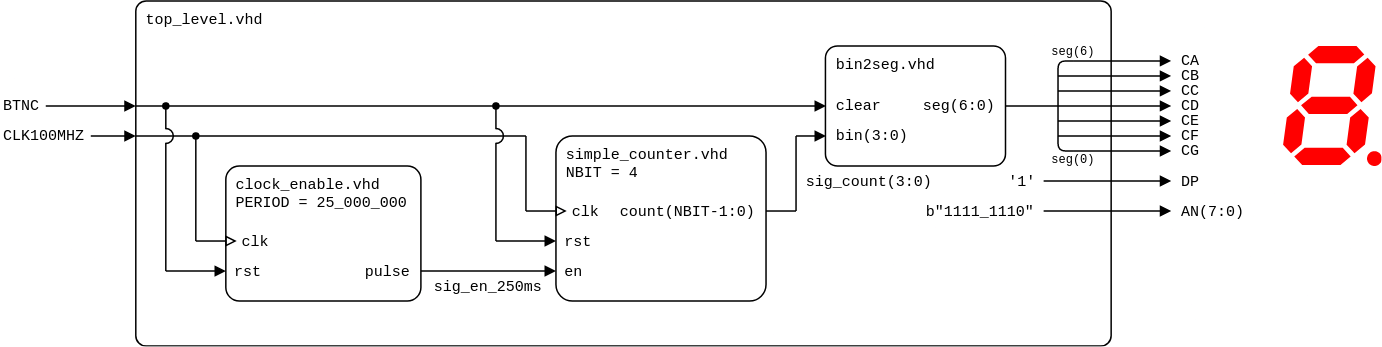
tomas-fryza/vhdl-course keeps this draw.io diagram as lab5-counter/images/top-level_1-counter_structure.png. Above is the earlier version. Source tidied: cells renumbered, new cells last; positions are measured from the earlier drawing's top-left corner, leaving out a move shared by most shapes.
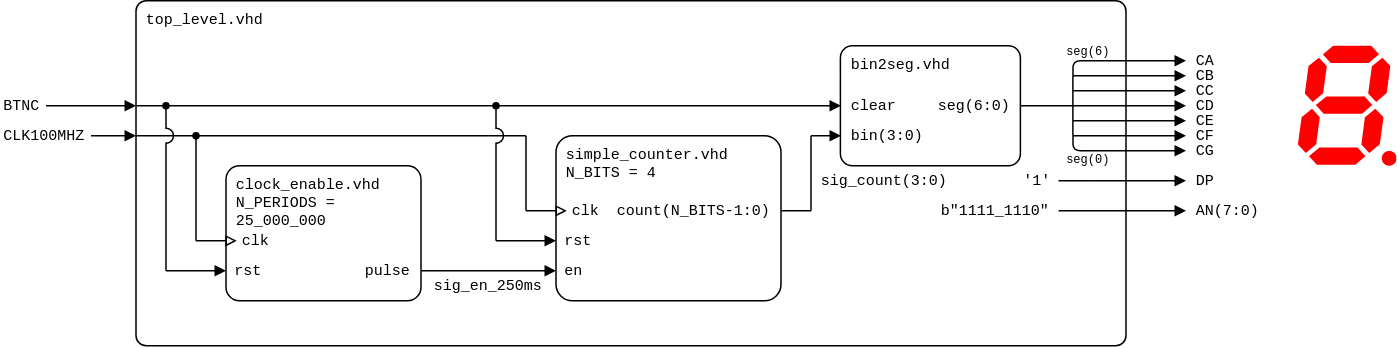
The same diagram one commit later.

The edit, as a diff of the source:
```diff
@@ -3,11 +3,11 @@
     <mxCell id="0" />
     <mxCell id="1" parent="0" />
     <mxCell id="2" value="top_level.vhd" style="rounded=1;arcSize=3;whiteSpace=wrap;html=1;align=left;verticalAlign=top;fontFamily=Courier New;absoluteArcSize=0;fillColor=none;fontSize=10;spacingLeft=5;imageHeight=24;" parent="1" vertex="1">
-      <mxGeometry x="90" width="650" height="230" as="geometry" />
+      <mxGeometry x="80" width="660" height="230" as="geometry" />
     </mxCell>
     <mxCell id="3" style="endArrow=block;html=1;rounded=0;endFill=1;endSize=5;startSize=5;" parent="1" edge="1">
       <mxGeometry relative="1" as="geometry">
-        <mxPoint x="90" y="70" as="sourcePoint" />
+        <mxPoint x="80" y="70" as="sourcePoint" />
         <mxPoint x="550" y="70" as="targetPoint" />
       </mxGeometry>
     </mxCell>
@@ -19,20 +19,20 @@
     </mxCell>
     <mxCell id="5" style="endArrow=block;html=1;rounded=0;endFill=1;endSize=5;startSize=5;" parent="1" edge="1">
       <mxGeometry relative="1" as="geometry">
-        <mxPoint x="30" y="70" as="sourcePoint" />
-        <mxPoint x="90" y="70" as="targetPoint" />
+        <mxPoint x="20" y="70" as="sourcePoint" />
+        <mxPoint x="80" y="70" as="targetPoint" />
       </mxGeometry>
     </mxCell>
     <mxCell id="6" value="BTNC" style="text;html=1;align=left;verticalAlign=middle;whiteSpace=wrap;rounded=0;fontFamily=Courier New;fontSize=10;fillOpacity=100;spacing=2;spacingLeft=0;" parent="1" vertex="1">
-      <mxGeometry x="-0.4" y="60" width="40" height="20" as="geometry" />
+      <mxGeometry x="-10.4" y="60" width="40" height="20" as="geometry" />
     </mxCell>
     <mxCell id="7" value="sig_count(3:0)" style="text;html=1;align=left;verticalAlign=middle;whiteSpace=wrap;rounded=0;fontFamily=Courier New;fontSize=10;fillOpacity=100;spacing=2;spacingLeft=0;" parent="1" vertex="1">
       <mxGeometry x="535" y="115" width="120" height="10" as="geometry" />
     </mxCell>
     <mxCell id="8" style="endArrow=none;html=1;rounded=0;startArrow=none;startFill=0;endSize=4;startSize=4;" parent="1" edge="1">
       <mxGeometry relative="1" as="geometry">
-        <mxPoint x="350" y="140" as="sourcePoint" />
-        <mxPoint x="350" y="90" as="targetPoint" />
+        <mxPoint x="340" y="140" as="sourcePoint" />
+        <mxPoint x="340" y="90" as="targetPoint" />
       </mxGeometry>
     </mxCell>
     <mxCell id="9" style="endArrow=block;html=1;rounded=0;endFill=1;orthogonal=1;endSize=5;startSize=5;" parent="1" edge="1">
@@ -52,50 +52,50 @@
     </mxCell>
     <mxCell id="13" style="endArrow=block;html=1;rounded=0;endFill=1;endSize=5;startSize=5;" parent="1" edge="1">
       <mxGeometry relative="1" as="geometry">
-        <mxPoint x="60" y="90" as="sourcePoint" />
-        <mxPoint x="90" y="90" as="targetPoint" />
+        <mxPoint x="50" y="90" as="sourcePoint" />
+        <mxPoint x="80" y="90" as="targetPoint" />
       </mxGeometry>
     </mxCell>
     <mxCell id="14" value="CLK100MHZ" style="text;html=1;align=left;verticalAlign=middle;whiteSpace=wrap;rounded=0;fontFamily=Courier New;fontSize=10;fillOpacity=100;spacing=2;spacingLeft=0;" parent="1" vertex="1">
-      <mxGeometry y="80" width="70" height="20" as="geometry" />
+      <mxGeometry x="-10" y="80" width="70" height="20" as="geometry" />
     </mxCell>
     <mxCell id="15" style="endArrow=none;html=1;rounded=0;startArrow=oval;startFill=1;endSize=4;startSize=4;" parent="1" edge="1">
       <mxGeometry relative="1" as="geometry">
-        <mxPoint x="330" y="70" as="sourcePoint" />
-        <mxPoint x="330" y="85.5" as="targetPoint" />
+        <mxPoint x="320" y="70" as="sourcePoint" />
+        <mxPoint x="320" y="85.5" as="targetPoint" />
       </mxGeometry>
     </mxCell>
-    <mxCell id="16" value="&lt;div&gt;simple_counter.vhd&lt;/div&gt;&lt;div&gt;NBIT = 4&lt;br&gt;&lt;/div&gt;" style="rounded=1;arcSize=10;align=left;verticalAlign=top;fontFamily=Courier New;absoluteArcSize=0;fillColor=none;fixDash=0;fontSize=10;spacingLeft=5;labelBorderColor=none;spacingTop=0;spacing=2;labelBackgroundColor=none;whiteSpace=wrap;html=1;strokeWidth=1;shadow=0;glass=0;" parent="1" vertex="1">
-      <mxGeometry x="370" y="90" width="140" height="110" as="geometry" />
+    <mxCell id="16" value="&lt;div&gt;simple_counter.vhd&lt;/div&gt;&lt;div&gt;N_BITS = 4&lt;br&gt;&lt;/div&gt;" style="rounded=1;arcSize=10;align=left;verticalAlign=top;fontFamily=Courier New;absoluteArcSize=0;fillColor=none;fixDash=0;fontSize=10;spacingLeft=5;labelBorderColor=none;spacingTop=0;spacing=2;labelBackgroundColor=none;whiteSpace=wrap;html=1;strokeWidth=1;shadow=0;glass=0;" parent="1" vertex="1">
+      <mxGeometry x="360" y="90" width="150" height="110" as="geometry" />
     </mxCell>
     <mxCell id="17" value="rst" style="text;html=1;align=left;verticalAlign=middle;whiteSpace=wrap;rounded=0;fontFamily=Courier New;fontSize=10;fillOpacity=100;spacingLeft=5;" parent="1" vertex="1">
-      <mxGeometry x="369.4" y="150" width="30.6" height="20" as="geometry" />
+      <mxGeometry x="359.4" y="150" width="30.6" height="20" as="geometry" />
     </mxCell>
     <mxCell id="18" value="clk" style="text;html=1;align=left;verticalAlign=middle;whiteSpace=wrap;rounded=0;fontFamily=Courier New;fontSize=10;fillOpacity=100;spacing=2;spacingLeft=10;" parent="1" vertex="1">
-      <mxGeometry x="369.4" y="130" width="40.6" height="20" as="geometry" />
+      <mxGeometry x="359.4" y="130" width="40.6" height="20" as="geometry" />
     </mxCell>
     <mxCell id="19" style="endArrow=block;html=1;rounded=0;endFill=1;endSize=5;startSize=5;" parent="1" edge="1">
       <mxGeometry relative="1" as="geometry">
-        <mxPoint x="280" y="180" as="sourcePoint" />
-        <mxPoint x="370" y="180" as="targetPoint" />
+        <mxPoint x="270" y="180" as="sourcePoint" />
+        <mxPoint x="360" y="180" as="targetPoint" />
       </mxGeometry>
     </mxCell>
     <mxCell id="20" style="endArrow=block;html=1;rounded=0;endFill=0;endSize=5;startSize=5;" parent="1" edge="1">
       <mxGeometry relative="1" as="geometry">
-        <mxPoint x="350" y="140" as="sourcePoint" />
-        <mxPoint x="377.2" y="140" as="targetPoint" />
+        <mxPoint x="340" y="140" as="sourcePoint" />
+        <mxPoint x="367.2" y="140" as="targetPoint" />
       </mxGeometry>
     </mxCell>
-    <mxCell id="21" value="count(NBIT-1:0)" style="text;html=1;align=right;verticalAlign=middle;whiteSpace=wrap;rounded=0;fontFamily=Courier New;fontSize=10;fillOpacity=100;spacing=2;spacingRight=5;" parent="1" vertex="1">
+    <mxCell id="21" value="count(N_BITS-1:0)" style="text;html=1;align=right;verticalAlign=middle;whiteSpace=wrap;rounded=0;fontFamily=Courier New;fontSize=10;fillOpacity=100;spacing=2;spacingRight=5;" parent="1" vertex="1">
       <mxGeometry x="400" y="130" width="110" height="20" as="geometry" />
     </mxCell>
     <mxCell id="22" value="en" style="text;html=1;align=left;verticalAlign=middle;whiteSpace=wrap;rounded=0;fontFamily=Courier New;fontSize=10;fillOpacity=100;spacingLeft=5;" parent="1" vertex="1">
-      <mxGeometry x="369.4" y="170" width="30.6" height="20" as="geometry" />
+      <mxGeometry x="359.4" y="170" width="30.6" height="20" as="geometry" />
     </mxCell>
     <mxCell id="23" style="endArrow=block;html=1;rounded=0;endFill=1;endSize=5;startSize=5;" parent="1" edge="1">
       <mxGeometry relative="1" as="geometry">
-        <mxPoint x="330" y="160" as="sourcePoint" />
-        <mxPoint x="370" y="160" as="targetPoint" />
+        <mxPoint x="320" y="160" as="sourcePoint" />
+        <mxPoint x="360" y="160" as="targetPoint" />
       </mxGeometry>
     </mxCell>
     <mxCell id="24" style="endArrow=none;html=1;rounded=0;startArrow=none;startFill=0;endSize=4;startSize=4;" parent="1" edge="1">
@@ -222,7 +222,7 @@
       <mxGeometry x="669.6" y="110" width="25" height="20" as="geometry" />
     </mxCell>
     <mxCell id="50" style="verticalLabelPosition=bottom;verticalAlign=top;html=1;shape=mxgraph.basic.arc;startAngle=0.75;endAngle=0.25;rotation=90;" parent="1" vertex="1">
-      <mxGeometry x="325" y="85" width="10" height="10" as="geometry" />
+      <mxGeometry x="315" y="85" width="10" height="10" as="geometry" />
     </mxCell>
     <mxCell id="51" value="&lt;div style=&quot;line-height: 100%; font-size: 8px;&quot;&gt;seg(6)&lt;/div&gt;" style="text;html=1;align=center;verticalAlign=middle;whiteSpace=wrap;rounded=0;fontFamily=Courier New;fontSize=8;fillOpacity=100;spacing=2;spacingRight=0;" parent="1" vertex="1">
       <mxGeometry x="690" y="24" width="50" height="20" as="geometry" />
@@ -232,62 +232,62 @@
     </mxCell>
     <mxCell id="53" style="endArrow=none;html=1;rounded=0;endFill=0;endSize=5;startSize=5;" parent="1" edge="1">
       <mxGeometry relative="1" as="geometry">
-        <mxPoint x="90" y="90" as="sourcePoint" />
-        <mxPoint x="350" y="90" as="targetPoint" />
+        <mxPoint x="80" y="90" as="sourcePoint" />
+        <mxPoint x="340" y="90" as="targetPoint" />
       </mxGeometry>
     </mxCell>
     <mxCell id="54" value="sig_en_250ms" style="text;html=1;align=center;verticalAlign=middle;whiteSpace=wrap;rounded=0;fontFamily=Courier New;fontSize=10;fillOpacity=100;spacing=2;spacingLeft=0;" parent="1" vertex="1">
-      <mxGeometry x="280" y="185" width="90" height="10" as="geometry" />
+      <mxGeometry x="270" y="185" width="90" height="10" as="geometry" />
     </mxCell>
-    <mxCell id="55" value="clock_enable.vhd&lt;div&gt;PERIOD = 25_000_000&lt;br&gt;&lt;/div&gt;" style="rounded=1;arcSize=10;align=left;verticalAlign=top;fontFamily=Courier New;absoluteArcSize=0;fillColor=none;fixDash=0;fontSize=10;spacingLeft=5;labelBorderColor=none;spacingTop=0;spacing=2;labelBackgroundColor=none;whiteSpace=wrap;html=1;strokeWidth=1;shadow=0;glass=0;" parent="1" vertex="1">
-      <mxGeometry x="150" y="110" width="130" height="90" as="geometry" />
+    <mxCell id="55" value="clock_enable.vhd&lt;div&gt;N_PERIODS = 25_000_000&lt;br&gt;&lt;/div&gt;" style="rounded=1;arcSize=10;align=left;verticalAlign=top;fontFamily=Courier New;absoluteArcSize=0;fillColor=none;fixDash=0;fontSize=10;spacingLeft=5;labelBorderColor=none;spacingTop=0;spacing=2;labelBackgroundColor=none;whiteSpace=wrap;html=1;strokeWidth=1;shadow=0;glass=0;" parent="1" vertex="1">
+      <mxGeometry x="140" y="110" width="130" height="90" as="geometry" />
     </mxCell>
     <mxCell id="56" value="rst" style="text;html=1;align=left;verticalAlign=middle;whiteSpace=wrap;rounded=0;fontFamily=Courier New;fontSize=10;fillOpacity=100;spacingLeft=5;" parent="1" vertex="1">
-      <mxGeometry x="149.4" y="170" width="40.6" height="20" as="geometry" />
+      <mxGeometry x="139.4" y="170" width="40.6" height="20" as="geometry" />
     </mxCell>
     <mxCell id="57" value="clk" style="text;html=1;align=left;verticalAlign=middle;whiteSpace=wrap;rounded=0;fontFamily=Courier New;fontSize=10;fillOpacity=100;spacing=2;spacingLeft=10;" parent="1" vertex="1">
-      <mxGeometry x="149.4" y="150" width="40.6" height="20" as="geometry" />
+      <mxGeometry x="139.4" y="150" width="40.6" height="20" as="geometry" />
     </mxCell>
     <mxCell id="58" style="endArrow=block;html=1;rounded=0;endFill=0;endSize=5;startSize=5;" parent="1" edge="1">
       <mxGeometry relative="1" as="geometry">
-        <mxPoint x="130" y="160" as="sourcePoint" />
-        <mxPoint x="157.2" y="160" as="targetPoint" />
+        <mxPoint x="120" y="160" as="sourcePoint" />
+        <mxPoint x="147.2" y="160" as="targetPoint" />
       </mxGeometry>
     </mxCell>
     <mxCell id="59" value="pulse" style="text;html=1;align=right;verticalAlign=middle;whiteSpace=wrap;rounded=0;fontFamily=Courier New;fontSize=10;fillOpacity=100;spacing=2;spacingRight=5;" parent="1" vertex="1">
-      <mxGeometry x="230" y="170" width="50" height="20" as="geometry" />
+      <mxGeometry x="220" y="170" width="50" height="20" as="geometry" />
     </mxCell>
     <mxCell id="60" style="endArrow=block;html=1;rounded=0;endFill=1;endSize=5;startSize=5;" parent="1" edge="1">
       <mxGeometry relative="1" as="geometry">
-        <mxPoint x="110" y="180" as="sourcePoint" />
-        <mxPoint x="150" y="180" as="targetPoint" />
+        <mxPoint x="100" y="180" as="sourcePoint" />
+        <mxPoint x="140" y="180" as="targetPoint" />
       </mxGeometry>
     </mxCell>
     <mxCell id="61" style="endArrow=none;html=1;rounded=0;startArrow=none;startFill=0;endSize=4;startSize=4;" parent="1" edge="1">
       <mxGeometry relative="1" as="geometry">
-        <mxPoint x="330" y="160" as="sourcePoint" />
-        <mxPoint x="330" y="94.5" as="targetPoint" />
+        <mxPoint x="320" y="160" as="sourcePoint" />
+        <mxPoint x="320" y="94.5" as="targetPoint" />
       </mxGeometry>
     </mxCell>
     <mxCell id="62" style="endArrow=oval;html=1;rounded=0;startArrow=none;startFill=0;endSize=4;startSize=4;endFill=1;" parent="1" edge="1">
       <mxGeometry relative="1" as="geometry">
-        <mxPoint x="130" y="160" as="sourcePoint" />
-        <mxPoint x="130" y="90" as="targetPoint" />
+        <mxPoint x="120" y="160" as="sourcePoint" />
+        <mxPoint x="120" y="90" as="targetPoint" />
       </mxGeometry>
     </mxCell>
     <mxCell id="63" style="endArrow=none;html=1;rounded=0;startArrow=oval;startFill=1;endSize=4;startSize=4;" parent="1" edge="1">
       <mxGeometry relative="1" as="geometry">
-        <mxPoint x="110" y="70" as="sourcePoint" />
-        <mxPoint x="110" y="85.5" as="targetPoint" />
+        <mxPoint x="100" y="70" as="sourcePoint" />
+        <mxPoint x="100" y="85.5" as="targetPoint" />
       </mxGeometry>
     </mxCell>
     <mxCell id="64" style="verticalLabelPosition=bottom;verticalAlign=top;html=1;shape=mxgraph.basic.arc;startAngle=0.75;endAngle=0.25;rotation=90;" parent="1" vertex="1">
-      <mxGeometry x="105" y="85" width="10" height="10" as="geometry" />
+      <mxGeometry x="95" y="85" width="10" height="10" as="geometry" />
     </mxCell>
     <mxCell id="65" style="endArrow=none;html=1;rounded=0;startArrow=none;startFill=0;endSize=4;startSize=4;" parent="1" edge="1">
       <mxGeometry relative="1" as="geometry">
-        <mxPoint x="110" y="180" as="sourcePoint" />
-        <mxPoint x="110" y="94.5" as="targetPoint" />
+        <mxPoint x="100" y="180" as="sourcePoint" />
+        <mxPoint x="100" y="94.5" as="targetPoint" />
       </mxGeometry>
     </mxCell>
   </root>
```
